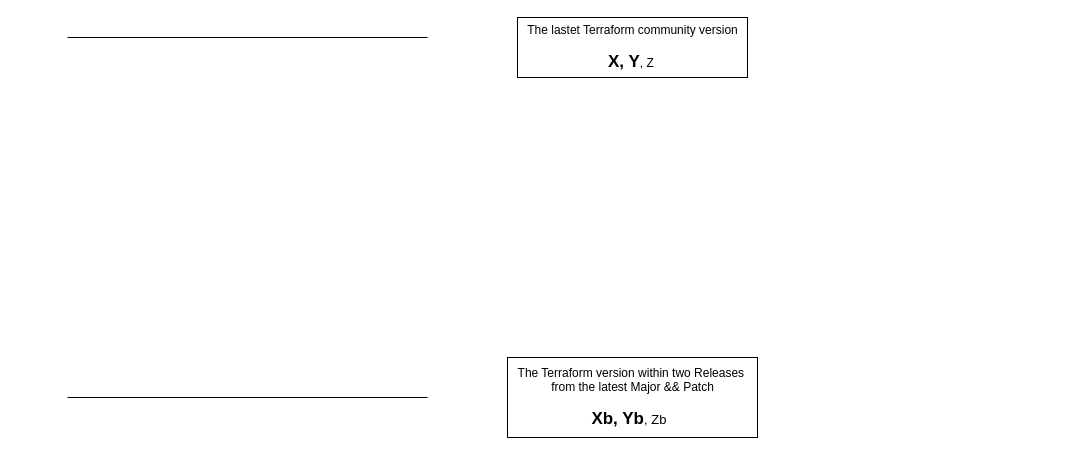
Above: terraform-version-chosen-strategy.drawio in YanshanSong/draw.io (draw.io), before the change. Source tidied: cells renumbered, new cells numbered last; positions are measured from the earlier drawing's top-left corner, leaving out a move shared by most shapes. Both pictures are drawn from the tidied source at 100%, with x=0, y=0 at pixel (67, 17).
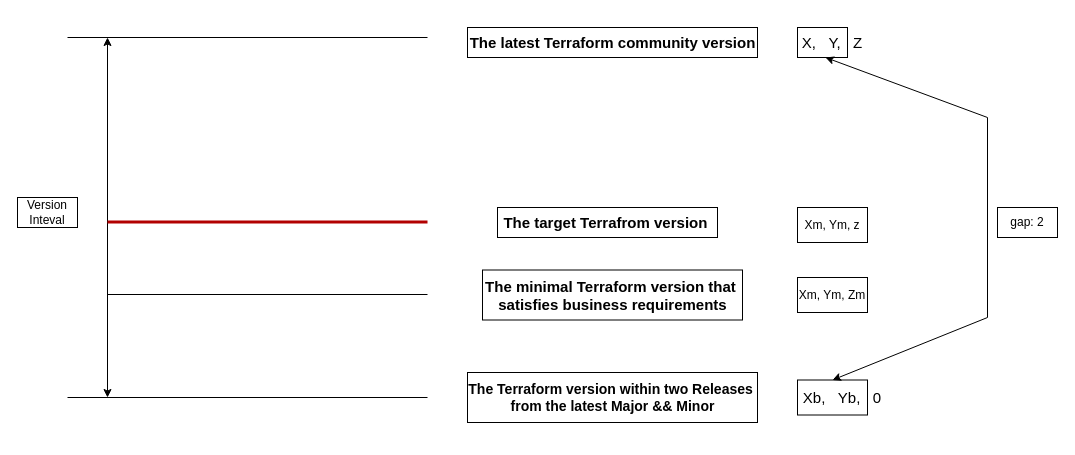
The same diagram, later.

Change to the diagram source:
```diff
@@
+    <mxCell id="6" style="rounded=0;whiteSpace=wrap;html=1;fillColor=none;" parent="1" vertex="1">
+      <mxGeometry x="730" y="10" width="50" height="30" as="geometry" />
+    </mxCell>
@@
-    <mxCell id="4" value="The lastet Terraform community version&lt;div&gt;&lt;span style=&quot;background-color: initial;&quot;&gt;&lt;br&gt;&lt;/span&gt;&lt;/div&gt;&lt;div&gt;&lt;span style=&quot;background-color: initial;&quot;&gt;&lt;b&gt;&lt;font style=&quot;font-size: 17px;&quot;&gt;X, Y&lt;/font&gt;&lt;/b&gt;, Z&amp;nbsp;&lt;/span&gt;&lt;/div&gt;" style="text;html=1;align=center;verticalAlign=middle;strokeColor=default;fillColor=none;" parent="1" vertex="1">
-      <mxGeometry x="450" width="230" height="60" as="geometry" />
+    <mxCell id="4" value="&lt;font style=&quot;font-size: 15px;&quot;&gt;&lt;span&gt;The latest Terraform community version&lt;/span&gt;&lt;/font&gt;" style="text;html=1;align=center;verticalAlign=middle;strokeColor=default;fillColor=none;fontStyle=1;" parent="1" vertex="1">
+      <mxGeometry x="400" y="10" width="290" height="30" as="geometry" />
     </mxCell>
-    <mxCell id="5" value="The Terraform version within two Releases&amp;nbsp;&lt;br&gt;from the latest Major &amp;amp;&amp;amp; Patch&lt;br&gt;&lt;div&gt;&lt;br&gt;&lt;/div&gt;&lt;div style=&quot;&quot;&gt;&lt;font size=&quot;1&quot; style=&quot;&quot;&gt;&lt;b style=&quot;font-size: 17px;&quot;&gt;Xb, Yb&lt;/b&gt;&lt;/font&gt;&lt;span style=&quot;font-size: 13px;&quot;&gt;, Zb&amp;nbsp;&lt;/span&gt;&lt;span style=&quot;font-size: 13px; background-color: initial;&quot;&gt;&amp;nbsp;&lt;/span&gt;&lt;/div&gt;" style="text;html=1;align=center;verticalAlign=middle;strokeColor=default;fillColor=none;gradientColor=none;" parent="1" vertex="1">
-      <mxGeometry x="440" y="340" width="250" height="80" as="geometry" />
+    <mxCell id="5" value="The Terraform version within two Releases&amp;nbsp;&lt;br style=&quot;font-size: 14px;&quot;&gt;from the latest Major &amp;amp;&amp;amp; Minor" style="text;html=1;align=center;verticalAlign=middle;strokeColor=default;fillColor=none;gradientColor=none;fontSize=14;fontStyle=1;" parent="1" vertex="1">
+      <mxGeometry x="400" y="355" width="290" height="50" as="geometry" />
     </mxCell>
+    <mxCell id="7" style="endArrow=classic;startArrow=classic;html=1;rounded=0;" parent="1" edge="1">
+      <mxGeometry relative="1" as="geometry">
+        <mxPoint x="40" y="380" as="sourcePoint" />
+        <mxPoint x="40" y="20" as="targetPoint" />
+      </mxGeometry>
+    </mxCell>
+    <mxCell id="8" value="Version&lt;div&gt;Inteval&lt;/div&gt;" style="text;html=1;align=center;verticalAlign=middle;whiteSpace=wrap;rounded=0;strokeColor=default;" parent="1" vertex="1">
+      <mxGeometry x="-50" y="180" width="60" height="30" as="geometry" />
+    </mxCell>
+    <mxCell id="9" value="&lt;font style=&quot;font-size: 15px;&quot;&gt;X,&amp;nbsp; &amp;nbsp;Y,&amp;nbsp; &amp;nbsp;Z&lt;/font&gt;" style="text;html=1;align=center;verticalAlign=middle;whiteSpace=wrap;rounded=0;fillColor=none;strokeColor=none;" parent="1" vertex="1">
+      <mxGeometry x="710" y="10" width="110" height="30" as="geometry" />
+    </mxCell>
+    <mxCell id="10" value="&lt;font style=&quot;font-size: 15px;&quot;&gt;Xb,&amp;nbsp; &amp;nbsp;Yb,&amp;nbsp; &amp;nbsp;0&lt;/font&gt;" style="text;html=1;align=center;verticalAlign=middle;whiteSpace=wrap;rounded=0;fillColor=none;strokeColor=none;" parent="1" vertex="1">
+      <mxGeometry x="720" y="365" width="110" height="30" as="geometry" />
+    </mxCell>
+    <mxCell id="11" style="rounded=0;whiteSpace=wrap;html=1;fillColor=none;" parent="1" vertex="1">
+      <mxGeometry x="730" y="362.5" width="70" height="35" as="geometry" />
+    </mxCell>
+    <mxCell id="12" style="endArrow=classic;startArrow=classic;html=1;rounded=0;exitX=0.5;exitY=0;exitDx=0;exitDy=0;" parent="1" edge="1" source="11">
+      <mxGeometry relative="1" as="geometry">
+        <mxPoint x="758" y="40" as="targetPoint" />
+        <Array as="points">
+          <mxPoint x="920" y="300" />
+          <mxPoint x="920" y="100" />
+        </Array>
+      </mxGeometry>
+    </mxCell>
+    <mxCell id="13" value="gap: 2" style="text;html=1;align=center;verticalAlign=middle;whiteSpace=wrap;rounded=0;fillColor=none;gradientColor=none;strokeColor=default;" parent="1" vertex="1">
+      <mxGeometry x="930" y="190" width="60" height="30" as="geometry" />
+    </mxCell>
+    <mxCell id="14" value="&lt;font style=&quot;font-size: 15px;&quot;&gt;&lt;span&gt;The minimal Terraform version that&amp;nbsp;&lt;/span&gt;&lt;/font&gt;&lt;div&gt;&lt;font style=&quot;font-size: 15px;&quot;&gt;&lt;span&gt;satisfies&amp;nbsp;&lt;/span&gt;&lt;/font&gt;&lt;span style=&quot;font-size: 15px; background-color: initial;&quot;&gt;business requirements&lt;/span&gt;&lt;/div&gt;" style="text;html=1;align=center;verticalAlign=middle;strokeColor=default;fillColor=none;fontStyle=1;" parent="1" vertex="1">
+      <mxGeometry x="415" y="252.5" width="260" height="50" as="geometry" />
+    </mxCell>
+    <mxCell id="15" style="endArrow=none;html=1;rounded=0;" parent="1" edge="1">
+      <mxGeometry relative="1" as="geometry">
+        <mxPoint x="40" y="277" as="sourcePoint" />
+        <mxPoint x="360" y="277" as="targetPoint" />
+      </mxGeometry>
+    </mxCell>
+    <mxCell id="16" value="Xm, Ym, Zm" style="rounded=0;whiteSpace=wrap;html=1;fillColor=none;" parent="1" vertex="1">
+      <mxGeometry x="730" y="260" width="70" height="35" as="geometry" />
+    </mxCell>
+    <mxCell id="17" style="endArrow=none;html=1;rounded=0;fillColor=#e51400;strokeColor=#B20000;strokeWidth=3;" parent="1" edge="1">
+      <mxGeometry relative="1" as="geometry">
+        <mxPoint x="40" y="204.5" as="sourcePoint" />
+        <mxPoint x="360" y="204.5" as="targetPoint" />
+      </mxGeometry>
+    </mxCell>
+    <mxCell id="18" value="&lt;span style=&quot;font-size: 15px;&quot;&gt;The target Terrafrom version&amp;nbsp;&lt;/span&gt;" style="text;html=1;align=center;verticalAlign=middle;strokeColor=default;fillColor=none;fontStyle=1;" parent="1" vertex="1">
+      <mxGeometry x="430" y="190" width="220" height="30" as="geometry" />
+    </mxCell>
+    <mxCell id="19" value="Xm, Ym, z" style="rounded=0;whiteSpace=wrap;html=1;fillColor=none;" parent="1" vertex="1">
+      <mxGeometry x="730" y="190" width="70" height="35" as="geometry" />
+    </mxCell>
```
